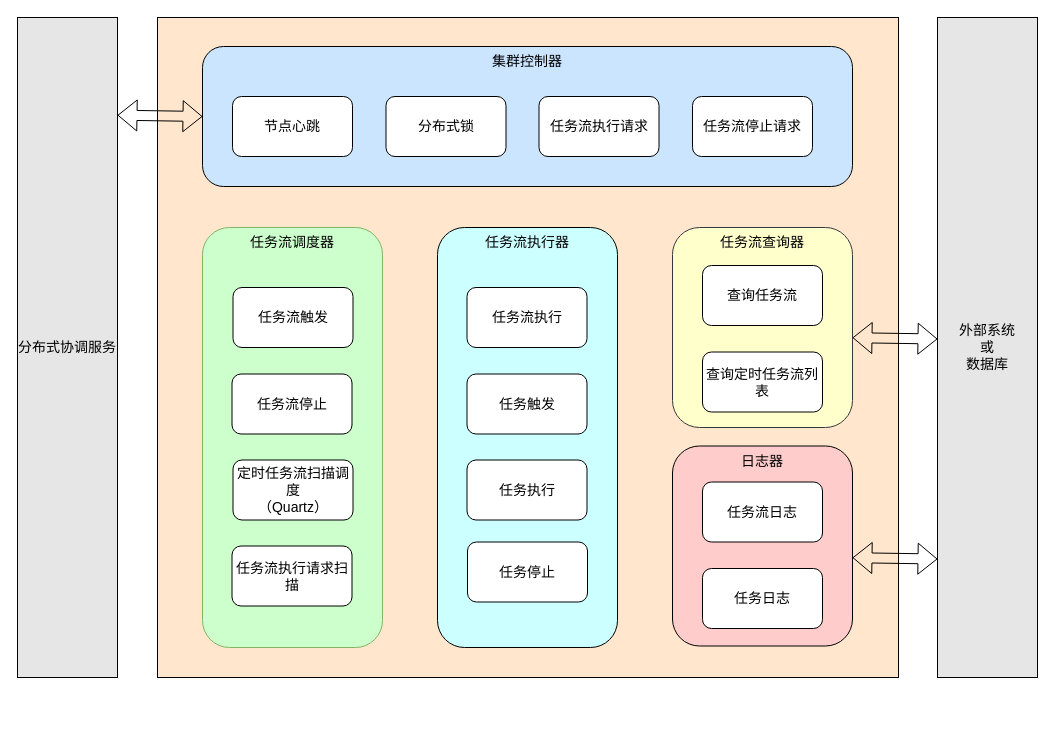
This is docs/架构图.drawio from kpali/wolf-flow, a draw.io file, before an edit. Source tidied: cells renumbered, new cells numbered last; positions are measured from the earlier drawing's top-left corner, leaving out a move shared by most shapes. Both pictures are drawn from the tidied source at 100%, with x=0, y=0 at pixel (17, 17).
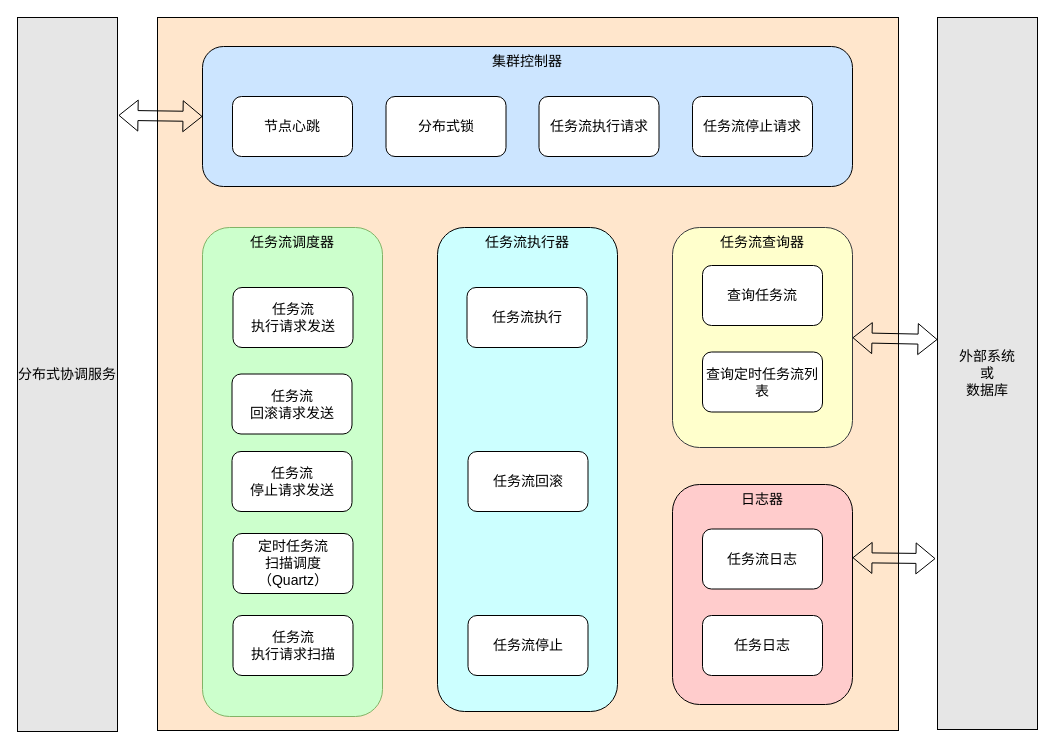
Above is the later version.

The change refers to these unchanged cells:
```xml
<mxCell id="4" value="集群控制器" style="rounded=1;whiteSpace=wrap;html=1;verticalAlign=top;fillColor=#CCE5FF;fontSize=14;" parent="1" vertex="1">
  <mxGeometry x="185" y="29" width="650" height="140" as="geometry" />
</mxCell>
```

The edit, as a diff of the source:
```diff
@@
     <mxCell id="2" style="rounded=0;whiteSpace=wrap;html=1;fillColor=#FFE6CC;fontSize=14;" parent="1" vertex="1">
-      <mxGeometry x="140" width="741" height="660" as="geometry" />
+      <mxGeometry x="140" width="741" height="713" as="geometry" />
     </mxCell>
     <mxCell id="3" value="任务流执行器" style="rounded=1;whiteSpace=wrap;html=1;fillColor=#CCFFFF;verticalAlign=top;fontSize=14;" parent="1" vertex="1">
-      <mxGeometry x="420" y="210" width="180" height="420" as="geometry" />
+      <mxGeometry x="420" y="210" width="180" height="484" as="geometry" />
     </mxCell>
@@
     <mxCell id="5" value="任务流调度器" style="rounded=1;whiteSpace=wrap;html=1;fillColor=#CCFFCC;strokeColor=#82b366;verticalAlign=top;fontSize=14;" parent="1" vertex="1">
-      <mxGeometry x="185" y="210" width="180" height="420" as="geometry" />
+      <mxGeometry x="185" y="210" width="180" height="489" as="geometry" />
     </mxCell>
@@
-    <mxCell id="9" value="任务流触发" style="rounded=1;whiteSpace=wrap;html=1;fontSize=14;" parent="1" vertex="1">
+    <mxCell id="9" value="任务流&lt;br&gt;执行请求发送" style="rounded=1;whiteSpace=wrap;html=1;fontSize=14;" parent="1" vertex="1">
       <mxGeometry x="215.5" y="270" width="120" height="60" as="geometry" />
     </mxCell>
-    <mxCell id="10" value="任务流停止" style="rounded=1;whiteSpace=wrap;html=1;fontSize=14;" parent="1" vertex="1">
+    <mxCell id="10" value="任务流&lt;br&gt;回滚请求发送" style="rounded=1;whiteSpace=wrap;html=1;fontSize=14;" parent="1" vertex="1">
       <mxGeometry x="214.5" y="356.5" width="120" height="60" as="geometry" />
     </mxCell>
-    <mxCell id="11" value="定时任务流扫描调度&lt;br style=&quot;font-size: 14px;&quot;&gt;（Quartz）" style="rounded=1;whiteSpace=wrap;html=1;fontSize=14;" parent="1" vertex="1">
-      <mxGeometry x="215.5" y="442.5" width="120" height="60" as="geometry" />
+    <mxCell id="11" value="定时任务流&lt;br&gt;扫描调度&lt;br style=&quot;font-size: 14px&quot;&gt;（Quartz）" style="rounded=1;whiteSpace=wrap;html=1;fontSize=14;" parent="1" vertex="1">
+      <mxGeometry x="215.5" y="516" width="120" height="60" as="geometry" />
     </mxCell>
-    <mxCell id="12" value="任务流执行请求扫描" style="rounded=1;whiteSpace=wrap;html=1;fontSize=14;" parent="1" vertex="1">
-      <mxGeometry x="214.5" y="528.5" width="120" height="60" as="geometry" />
+    <mxCell id="12" value="任务流&lt;br&gt;执行请求扫描" style="rounded=1;whiteSpace=wrap;html=1;fontSize=14;" parent="1" vertex="1">
+      <mxGeometry x="215.5" y="598" width="120" height="60" as="geometry" />
     </mxCell>
     <mxCell id="13" value="任务流查询器" style="rounded=1;whiteSpace=wrap;html=1;verticalAlign=top;fillColor=#FFFFCC;strokeColor=#36393d;fontSize=14;" parent="1" vertex="1">
-      <mxGeometry x="655" y="210" width="180" height="200" as="geometry" />
+      <mxGeometry x="655" y="210" width="180" height="220" as="geometry" />
     </mxCell>
@@
     <mxCell id="16" value="日志器" style="rounded=1;whiteSpace=wrap;html=1;verticalAlign=top;fillColor=#FFCCCC;fontSize=14;" parent="1" vertex="1">
-      <mxGeometry x="655" y="428.5" width="180" height="200" as="geometry" />
+      <mxGeometry x="655" y="467" width="180" height="220" as="geometry" />
     </mxCell>
     <mxCell id="17" value="任务流日志" style="rounded=1;whiteSpace=wrap;html=1;fontSize=14;" parent="1" vertex="1">
-      <mxGeometry x="685" y="464.5" width="120" height="60" as="geometry" />
+      <mxGeometry x="685" y="511.5" width="120" height="60" as="geometry" />
     </mxCell>
     <mxCell id="18" value="任务日志" style="rounded=1;whiteSpace=wrap;html=1;fontSize=14;" parent="1" vertex="1">
-      <mxGeometry x="685" y="551" width="120" height="60" as="geometry" />
+      <mxGeometry x="685" y="598" width="120" height="60" as="geometry" />
     </mxCell>
-    <mxCell id="19" value="任务触发" style="rounded=1;whiteSpace=wrap;html=1;fontSize=14;" parent="1" vertex="1">
-      <mxGeometry x="449.5" y="356.5" width="120" height="60" as="geometry" />
+    <mxCell id="19" value="任务流回滚" style="rounded=1;whiteSpace=wrap;html=1;fontSize=14;" parent="1" vertex="1">
+      <mxGeometry x="450.5" y="434" width="120" height="60" as="geometry" />
     </mxCell>
-    <mxCell id="20" value="任务执行" style="rounded=1;whiteSpace=wrap;html=1;fontSize=14;" parent="1" vertex="1">
-      <mxGeometry x="449.5" y="442.5" width="120" height="60" as="geometry" />
+    <mxCell id="20" value="任务流停止" style="rounded=1;whiteSpace=wrap;html=1;fontSize=14;" parent="1" vertex="1">
+      <mxGeometry x="450.5" y="598" width="120" height="60" as="geometry" />
     </mxCell>
-    <mxCell id="21" value="任务停止" style="rounded=1;whiteSpace=wrap;html=1;fontSize=14;" parent="1" vertex="1">
-      <mxGeometry x="450" y="524.5" width="120" height="60" as="geometry" />
-    </mxCell>
     <mxCell id="22" value="分布式协调服务" style="rounded=0;whiteSpace=wrap;html=1;fillColor=#E6E6E6;verticalAlign=middle;fontSize=14;" parent="1" vertex="1">
-      <mxGeometry width="100" height="660" as="geometry" />
+      <mxGeometry width="100" height="714" as="geometry" />
     </mxCell>
     <mxCell id="23" value="外部系统&lt;br style=&quot;font-size: 14px;&quot;&gt;或&lt;br style=&quot;font-size: 14px;&quot;&gt;数据库" style="rounded=0;whiteSpace=wrap;html=1;fillColor=#E6E6E6;fontSize=14;" parent="1" vertex="1">
-      <mxGeometry x="920" width="100" height="660" as="geometry" />
+      <mxGeometry x="920" width="100" height="712" as="geometry" />
     </mxCell>
-    <mxCell id="24" style="shape=flexArrow;endArrow=classic;startArrow=classic;html=1;entryX=0;entryY=0.5;entryDx=0;entryDy=0;exitX=1;exitY=0.148;exitDx=0;exitDy=0;exitPerimeter=0;fontSize=14;" parent="1" edge="1" source="22" target="4">
+    <mxCell id="24" style="shape=flexArrow;endArrow=classic;startArrow=classic;html=1;entryX=0;entryY=0.5;entryDx=0;entryDy=0;exitX=1.01;exitY=0.137;exitDx=0;exitDy=0;exitPerimeter=0;fontSize=14;" parent="1" edge="1" source="22" target="4">
       <mxGeometry relative="1" as="geometry" />
     </mxCell>
-    <mxCell id="25" style="shape=flexArrow;endArrow=classic;startArrow=classic;html=1;entryX=0;entryY=0.5;entryDx=0;entryDy=0;exitX=1;exitY=0.148;exitDx=0;exitDy=0;exitPerimeter=0;fontSize=14;" parent="1" edge="1">
+    <mxCell id="25" style="shape=flexArrow;endArrow=classic;startArrow=classic;html=1;exitX=1;exitY=0.148;exitDx=0;exitDy=0;exitPerimeter=0;fontSize=14;" parent="1" edge="1">
       <mxGeometry relative="1" as="geometry">
         <mxPoint x="835" y="320.2" as="sourcePoint" />
-        <mxPoint x="920" y="321.5" as="targetPoint" />
+        <mxPoint x="920" y="322" as="targetPoint" />
       </mxGeometry>
     </mxCell>
-    <mxCell id="26" style="shape=flexArrow;endArrow=classic;startArrow=classic;html=1;entryX=0;entryY=0.5;entryDx=0;entryDy=0;exitX=1;exitY=0.148;exitDx=0;exitDy=0;exitPerimeter=0;fontSize=14;" parent="1" edge="1">
+    <mxCell id="26" style="shape=flexArrow;endArrow=classic;startArrow=classic;html=1;entryX=-0.02;entryY=0.76;entryDx=0;entryDy=0;exitX=1;exitY=0.148;exitDx=0;exitDy=0;exitPerimeter=0;fontSize=14;entryPerimeter=0;" parent="1" edge="1" target="23">
       <mxGeometry relative="1" as="geometry">
         <mxPoint x="835" y="540.2" as="sourcePoint" />
-        <mxPoint x="920" y="541.5" as="targetPoint" />
       </mxGeometry>
     </mxCell>
@@
+    <mxCell id="29" value="任务流&lt;br&gt;停止请求发送" style="rounded=1;whiteSpace=wrap;html=1;fontSize=14;" parent="1" vertex="1">
+      <mxGeometry x="214.5" y="434" width="120" height="60" as="geometry" />
+    </mxCell>
```
